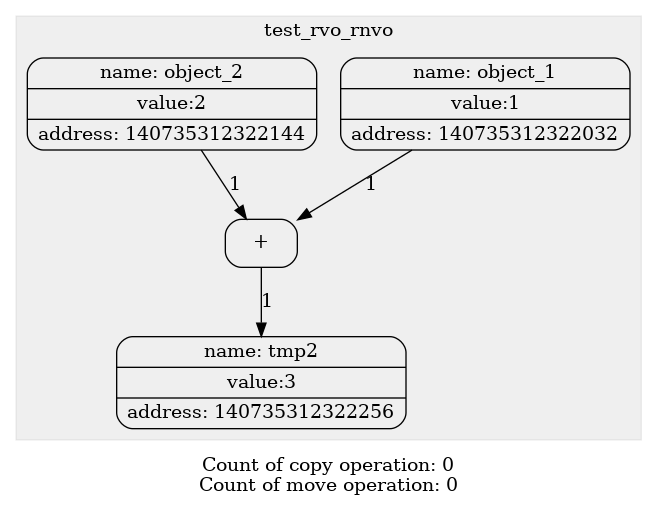
levasemin/Move_Semantic keeps this Graphviz diagram as diagrams/graph_no_flag.png. Above is the earlier version. Its source is kept beside it as diagrams/graph_no_flag.dot.
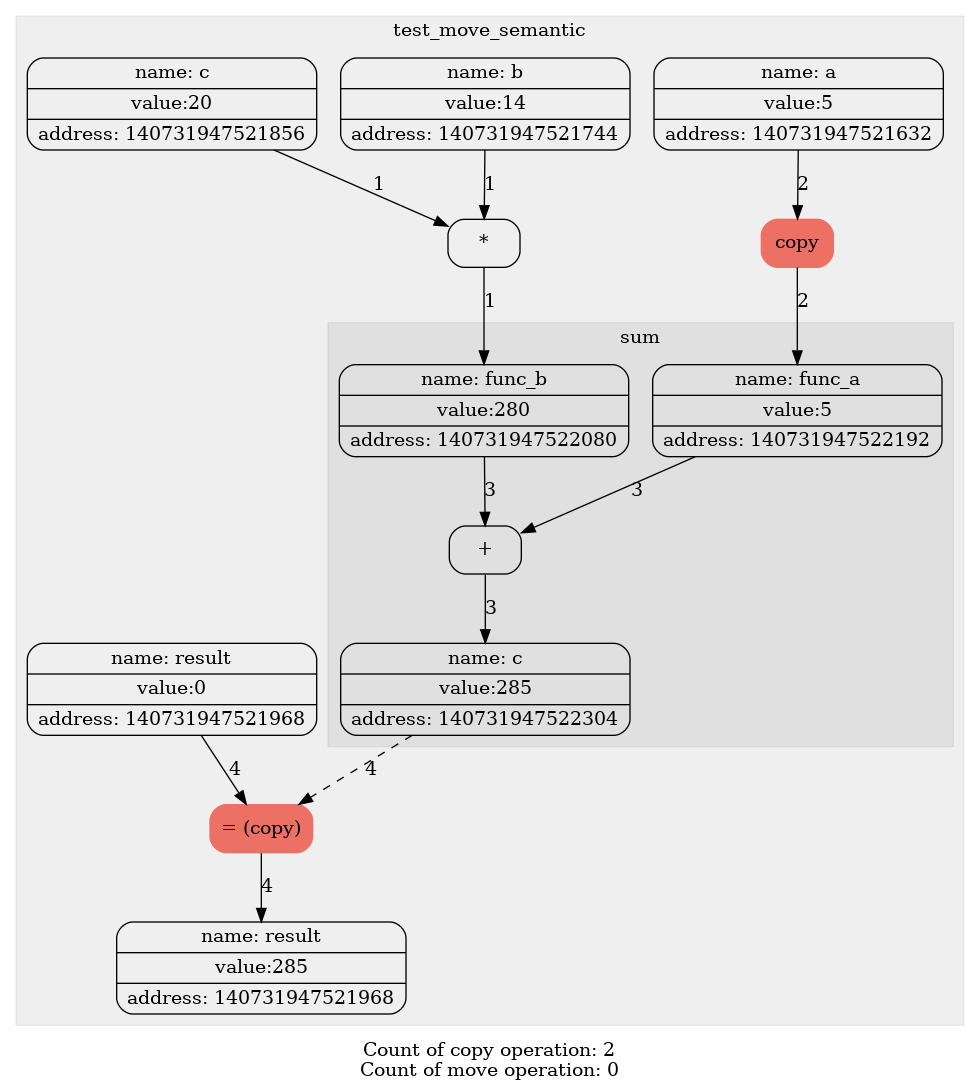
After the change.

Change to the diagram source:
```diff
@@ -3,18 +3,44 @@
 node[shape=Mrecord];
 
 subgraph "cluster_0" {
-label = test_rvo_rnvo;
+label = test_move_semantic;
 style= filled
 color = "#00000010";
-1[label="{ {name: tmp0} | {value:1} | {address: 140735312322032}} " color=""style=""];
-1[label="{ {name: object_1} | {value:1} | {address: 140735312322032}} " color=""style=""];
-2[label="{ {name: tmp1} | {value:2} | {address: 140735312322144}} " color=""style=""];
-2[label="{ {name: object_2} | {value:2} | {address: 140735312322144}} " color=""style=""];
-3[label="+" color = "" style = ""];
-edge[style = "" color = ""label = "1"]1->3;
-edge[style = "" color = ""label = "1"]2->3;
-4[label="{ {name: tmp2} | {value:3} | {address: 140735312322256}} " color=""style=""];
-edge[style = "" color = ""label = "1"]3->4;
+1[label="{ {name: tmp0} | {value:5} | {address: 140731947521632}} " color=""style=""];
+1[label="{ {name: a} | {value:5} | {address: 140731947521632}} " color=""style=""];
+2[label="{ {name: tmp1} | {value:14} | {address: 140731947521744}} " color=""style=""];
+2[label="{ {name: b} | {value:14} | {address: 140731947521744}} " color=""style=""];
+3[label="{ {name: tmp2} | {value:20} | {address: 140731947521856}} " color=""style=""];
+3[label="{ {name: c} | {value:20} | {address: 140731947521856}} " color=""style=""];
+4[label="{ {name: tmp3} | {value:0} | {address: 140731947521968}} " color=""style=""];
+4[label="{ {name: result} | {value:0} | {address: 140731947521968}} " color=""style=""];
+5[label="*" color = "" style = ""];
+edge[style = "" color = ""label = "1"]2->5;
+edge[style = "" color = ""label = "1"]3->5;
+6[label="{ {name: tmp4} | {value:280} | {address: 140731947522080}} " color=""style=""];
+edge[style = "" color = ""label = "1"]5->6;
+7[label="copy" color = "#EC7063" style = "filled"];
+edge[style = "" color = ""label = "2"]1->7;
+8[label="{ {name: tmp5} | {value:5} | {address: 140731947522192}} " color=""style=""];
+edge[style = "" color = ""label = "2"]7->8;
+subgraph "cluster_1" {
+label = sum;
+style= filled
+color = "#00000010";
+8[label="{ {name: func_a} | {value:5} | {address: 140731947522192}} " color=""style=""];
+6[label="{ {name: func_b} | {value:280} | {address: 140731947522080}} " color=""style=""];
+9[label="+" color = "" style = ""];
+edge[style = "" color = ""label = "3"]8->9;
+edge[style = "" color = ""label = "3"]6->9;
+10[label="{ {name: tmp6} | {value:285} | {address: 140731947522304}} " color=""style=""];
+edge[style = "" color = ""label = "3"]9->10;
+10[label="{ {name: c} | {value:285} | {address: 140731947522304}} " color=""style=""];
 }
-label="Count of copy operation: 0
+11[label="= (copy)" color = "#EC7063" style = "filled"];
+edge[style = "" color = ""label = "4"]4->11;
+edge[style = "dashed" color = ""label = "4"]10->11;
+12[label="{ {name: result} | {value:285} | {address: 140731947521968}} " color=""style=""];
+edge[style = "" color = ""label = "4"]11->12;
+}
+label="Count of copy operation: 2
 Count of move operation: 0"}
```
